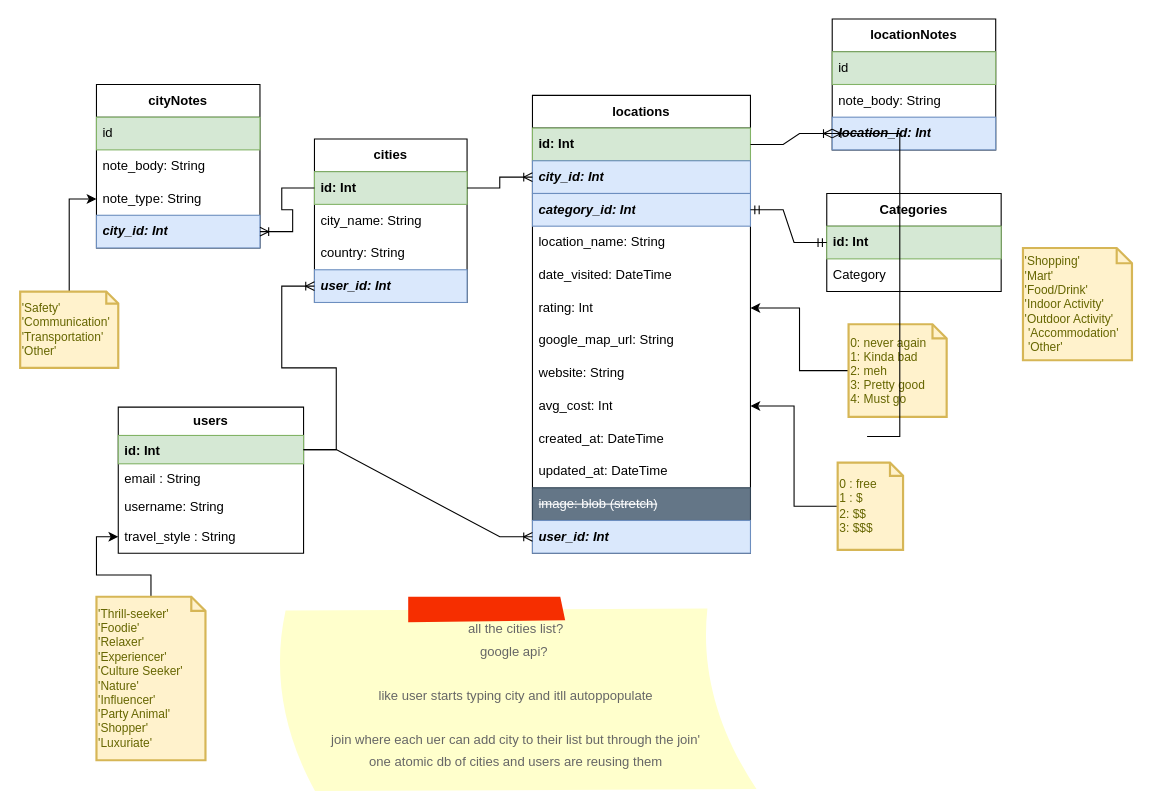
Before: DJordan-capstone_travel-blog.drawio in jordandc20/Vicariously_DJordan-capstone, a draw.io diagram. Source tidied: cells renumbered, new cells numbered last; positions are measured from the earlier drawing's top-left corner, leaving out a move shared by most shapes. Both pictures are drawn from the tidied source at 109%, with x=0, y=0 at pixel (20, 19).
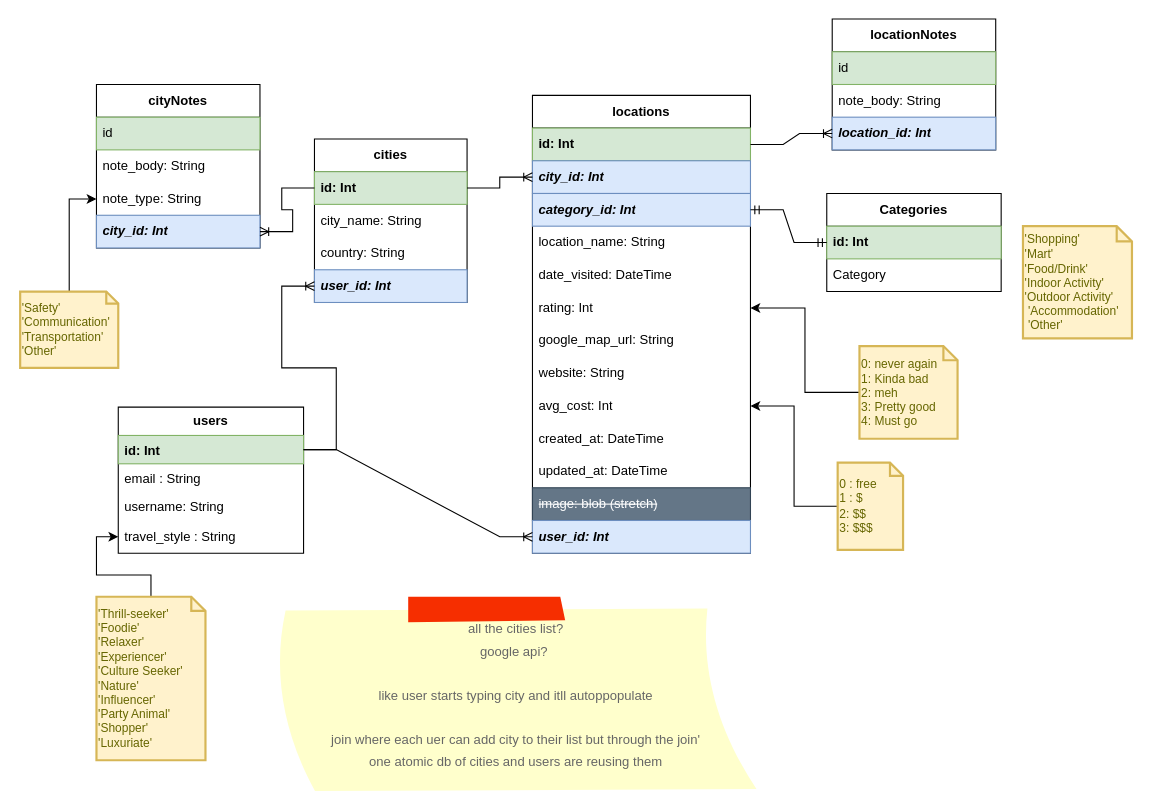
Above is the later version.

Unchanged cells that the change refers to:
```xml
<mxCell id="49" value="location_id: Int" style="text;strokeColor=#6c8ebf;fillColor=#dae8fc;align=left;verticalAlign=middle;spacingLeft=4;spacingRight=4;overflow=hidden;points=[[0,0.5],[1,0.5]];portConstraint=eastwest;whiteSpace=wrap;html=1;fontStyle=3;" parent="46" vertex="1">
  <mxGeometry y="90" width="150" height="30" as="geometry" />
</mxCell>
```

What changed in the source:
```diff
@@
     <mxCell id="39" value="0: never again&lt;br&gt;1: Kinda bad&lt;br&gt;2: meh&lt;br&gt;3: Pretty good&lt;br&gt;4: Must go" style="shape=note;strokeWidth=2;fontSize=11;size=13;whiteSpace=wrap;html=1;fillColor=#fff2cc;strokeColor=#d6b656;fontColor=#666600;align=left;" parent="1" vertex="1">
-      <mxGeometry x="760" y="280" width="90" height="85" as="geometry" />
+      <mxGeometry x="770" y="300" width="90" height="85" as="geometry" />
     </mxCell>
@@
-    <mxCell id="50" style="edgeStyle=entityRelationEdgeStyle;fontSize=12;html=1;endArrow=ERoneToMany;rounded=0;entryX=0;entryY=0.5;entryDx=0;entryDy=0;" parent="1" edge="1" target="49">
-      <mxGeometry relative="1" as="geometry">
-        <mxPoint x="777" y="383" as="sourcePoint" />
-      </mxGeometry>
-    </mxCell>
@@
     <mxCell id="54" value="'Shopping'&lt;br&gt;'Mart'&lt;br&gt;'Food/Drink'&lt;br&gt;'Indoor Activity'&lt;br&gt;'Outdoor Activity'&lt;br&gt;&amp;nbsp;'Accommodation'&lt;br&gt;&amp;nbsp;'Other'" style="shape=note;strokeWidth=2;fontSize=11;size=14;whiteSpace=wrap;html=1;fillColor=#fff2cc;strokeColor=#d6b656;fontColor=#666600;align=left;" parent="1" vertex="1">
-      <mxGeometry x="920" y="210" width="100" height="103" as="geometry" />
+      <mxGeometry x="920" y="190" width="100" height="103" as="geometry" />
     </mxCell>
```
